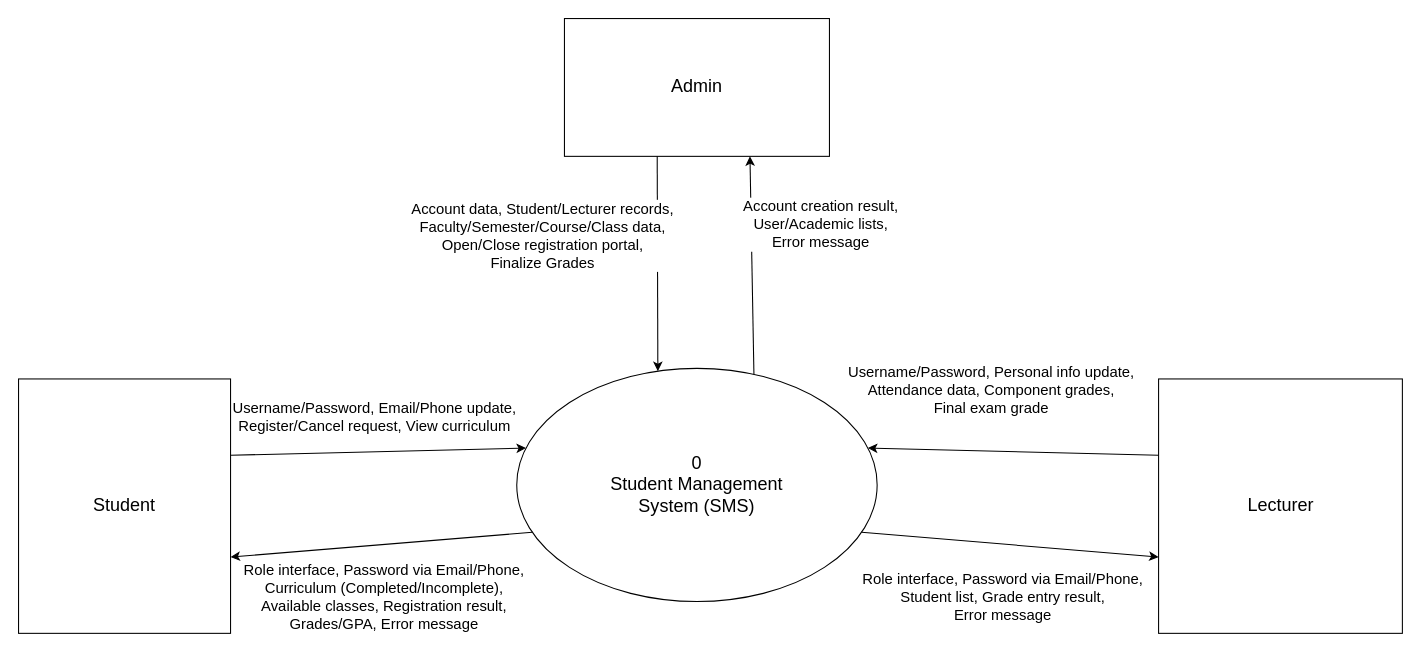
Earlier version of the draw.io diagram page "DFD-Level0" (1 of 8) of Requirements/SMS digram.drawio (iamtien77/student-management-system). Source tidied: cells renumbered, new cells numbered last; positions are measured from the earlier drawing's top-left corner, leaving out a move shared by most shapes. Both pictures are drawn from the tidied source at 106%, with x=0, y=0 at pixel (18, 18).
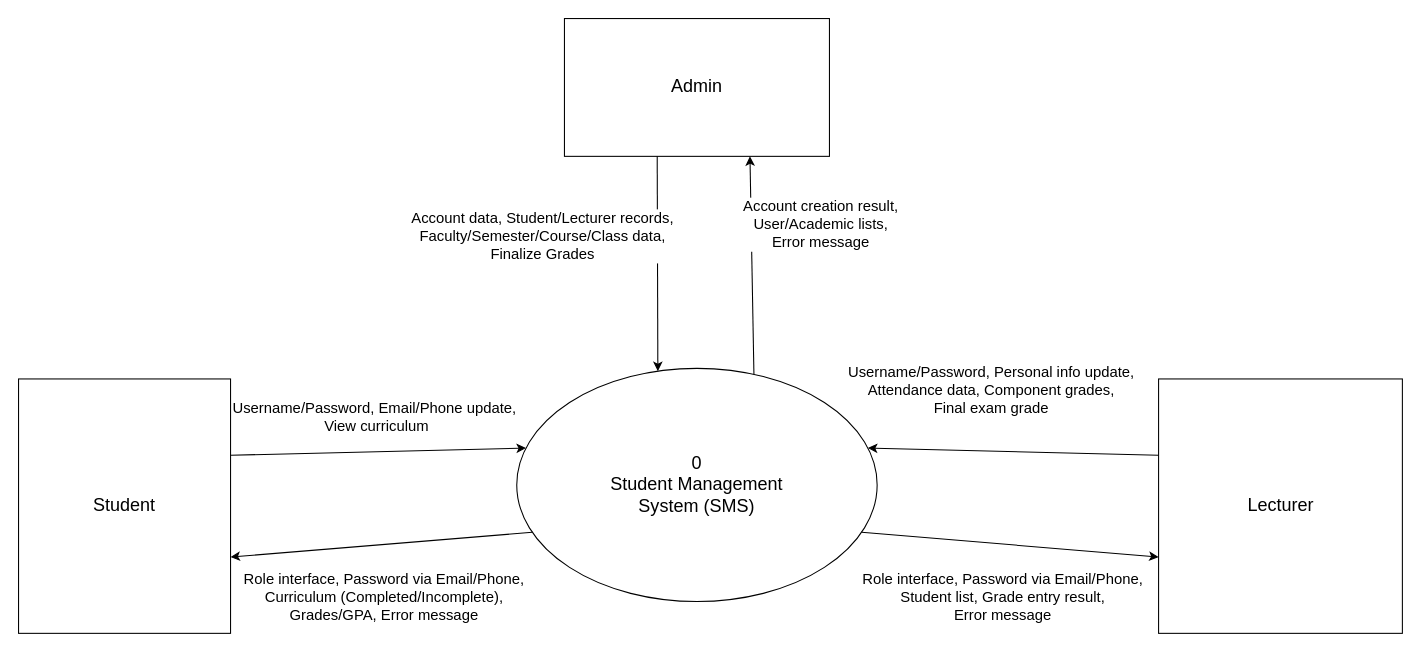
The same page after the edit.

Diff of the diagram source:
```diff
@@
 <mxGraphModel>
   <root>
     <mxCell id="0" />
     <mxCell id="1" parent="0" />
     <mxCell id="2" value="0&#10;Student Management&#10;System (SMS)" style="ellipse;whiteSpace=wrap;fontSize=17;fillColor=#ffffff;strokeColor=#000000;" parent="1" vertex="1">
       <mxGeometry x="470" y="330" width="340" height="220" as="geometry" />
     </mxCell>
     <mxCell id="3" value="Admin" style="whiteSpace=wrap;fontSize=17;fillColor=#ffffff;strokeColor=#000000;" parent="1" vertex="1">
       <mxGeometry x="515" width="250" height="130" as="geometry" />
     </mxCell>
     <mxCell id="4" value="Student" style="whiteSpace=wrap;fontSize=17;fillColor=#ffffff;strokeColor=#000000;" parent="1" vertex="1">
       <mxGeometry y="340" width="200" height="240" as="geometry" />
     </mxCell>
     <mxCell id="5" value="Lecturer" style="whiteSpace=wrap;fontSize=17;fillColor=#ffffff;strokeColor=#000000;" parent="1" vertex="1">
       <mxGeometry x="1075.5" y="340" width="230" height="240" as="geometry" />
     </mxCell>
-    <mxCell id="6" value="Account data, Student/Lecturer records,&#10;Faculty/Semester/Course/Class data,&#10;Open/Close registration portal,&#10;Finalize Grades" style="fontSize=14;entryX=0.4;entryY=0.05;exitX=0.35;exitY=1;" parent="1" edge="1" source="3" target="2">
+    <mxCell id="6" value="Account data, Student/Lecturer records,&#10;Faculty/Semester/Course/Class data,&#10;Finalize Grades" style="fontSize=14;entryX=0.4;entryY=0.05;exitX=0.35;exitY=1;" parent="1" edge="1" source="3" target="2">
       <mxGeometry x="-0.27" y="-108" relative="1" as="geometry" />
     </mxCell>
     <mxCell id="7" value="Account creation result,&#10;User/Academic lists,&#10;Error message" style="fontSize=14;exitX=0.65;exitY=0.05;entryX=0.7;entryY=1;" parent="1" edge="1" source="2" target="3">
       <mxGeometry x="0.37" y="-66" relative="1" as="geometry" />
     </mxCell>
-    <mxCell id="8" value="Username/Password, Email/Phone update,&#10;Register/Cancel request, View curriculum" style="fontSize=14;exitX=1;exitY=0.3;entryX=0.05;entryY=0.35;" parent="1" edge="1" source="4" target="2">
+    <mxCell id="8" value="Username/Password, Email/Phone update,&#10; View curriculum" style="fontSize=14;exitX=1;exitY=0.3;entryX=0.05;entryY=0.35;" parent="1" edge="1" source="4" target="2">
       <mxGeometry x="-0.02" y="34" relative="1" as="geometry" />
     </mxCell>
-    <mxCell id="9" value="Role interface, Password via Email/Phone,&#10;Curriculum (Completed/Incomplete),&#10;Available classes, Registration result,&#10;Grades/GPA, Error message" style="fontSize=14;exitX=0.05;exitY=0.7;entryX=1;entryY=0.7;" parent="1" edge="1" source="2" target="4">
+    <mxCell id="9" value="Role interface, Password via Email/Phone,&#10;Curriculum (Completed/Incomplete),&#10;Grades/GPA, Error message" style="fontSize=14;exitX=0.05;exitY=0.7;entryX=1;entryY=0.7;" parent="1" edge="1" source="2" target="4">
       <mxGeometry x="0.01" y="49" relative="1" as="geometry" />
     </mxCell>
     <mxCell id="10" value="Username/Password, Personal info update,&#10;Attendance data, Component grades,&#10;Final exam grade" style="fontSize=14;exitX=0;exitY=0.3;entryX=0.95;entryY=0.35;" parent="1" edge="1" source="5" target="2">
       <mxGeometry x="0.16" y="-58" relative="1" as="geometry" />
     </mxCell>
     <mxCell id="11" value="Role interface, Password via Email/Phone,&#10;Student list, Grade entry result,&#10;Error message" style="fontSize=14;exitX=0.95;exitY=0.7;entryX=0;entryY=0.7;" parent="1" edge="1" source="2" target="5">
       <mxGeometry x="-0.02" y="-49" relative="1" as="geometry" />
     </mxCell>
   </root>
 </mxGraphModel>
```
